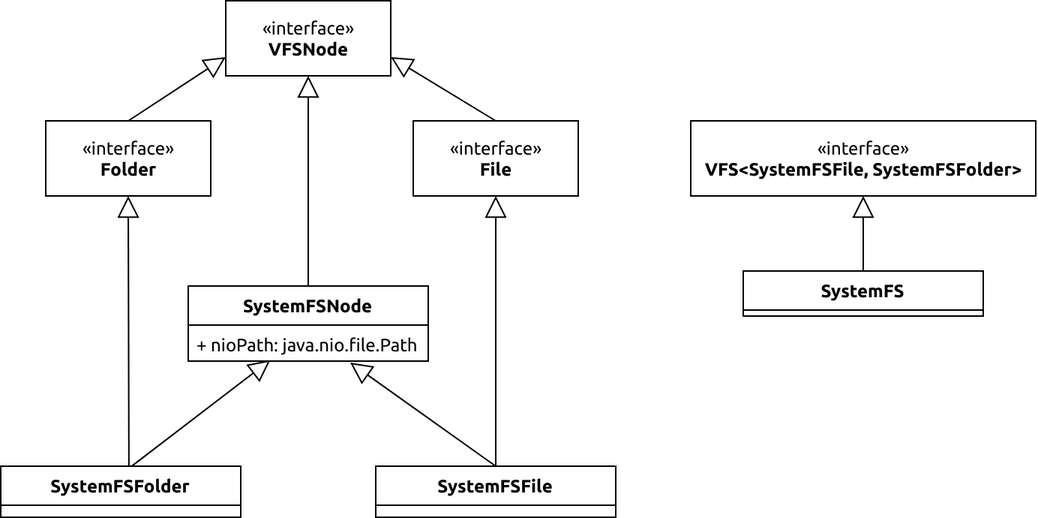
vsalavatov/bsse-diploma keeps this draw.io diagram as images/systemfs-detailed.png. Above is the earlier version. Source tidied: cells renumbered, new cells last; positions are measured from the earlier drawing's top-left corner, leaving out a move shared by most shapes. Its diagram source:
```xml
<mxGraphModel>
  <root>
    <mxCell id="0" />
    <mxCell id="1" parent="0" />
    <mxCell id="2" value="&lt;div&gt;«interface»&lt;/div&gt;&lt;div&gt;&lt;b&gt;VFSNode&lt;/b&gt;&lt;br&gt;&lt;/div&gt;" style="html=1;" parent="1" vertex="1">
      <mxGeometry x="150" width="110" height="50" as="geometry" />
    </mxCell>
    <mxCell id="3" value="&lt;div&gt;«interface»&lt;/div&gt;&lt;div&gt;&lt;b&gt;Folder&lt;/b&gt;&lt;/div&gt;" style="html=1;" parent="1" vertex="1">
      <mxGeometry x="30" y="80" width="110" height="50" as="geometry" />
    </mxCell>
    <mxCell id="4" value="«interface»&lt;br&gt;&lt;b&gt;File&lt;/b&gt;" style="html=1;" parent="1" vertex="1">
      <mxGeometry x="275" y="80" width="110" height="50" as="geometry" />
    </mxCell>
    <mxCell id="5" style="endArrow=block;endSize=12;endFill=0;html=1;rounded=0;entryX=0;entryY=0.75;entryDx=0;entryDy=0;exitX=0.5;exitY=0;exitDx=0;exitDy=0;" parent="1" edge="1" source="3" target="2">
      <mxGeometry relative="1" as="geometry" />
    </mxCell>
    <mxCell id="6" style="endArrow=block;endSize=12;endFill=0;html=1;rounded=0;exitX=0.5;exitY=0;exitDx=0;exitDy=0;entryX=1;entryY=0.75;entryDx=0;entryDy=0;" parent="1" edge="1" source="4" target="2">
      <mxGeometry relative="1" as="geometry" />
    </mxCell>
    <mxCell id="7" style="endArrow=block;endSize=12;endFill=0;html=1;rounded=0;entryX=0.342;entryY=0.972;entryDx=0;entryDy=0;entryPerimeter=0;exitX=0.545;exitY=0.002;exitDx=0;exitDy=0;exitPerimeter=0;" parent="1" edge="1" source="14" target="13">
      <mxGeometry relative="1" as="geometry" />
    </mxCell>
    <mxCell id="8" style="endArrow=block;endSize=12;endFill=0;html=1;rounded=0;exitX=0.5;exitY=0;exitDx=0;exitDy=0;entryX=0.675;entryY=1.042;entryDx=0;entryDy=0;entryPerimeter=0;exitPerimeter=0;" parent="1" edge="1" source="15" target="13">
      <mxGeometry relative="1" as="geometry" />
    </mxCell>
    <mxCell id="9" style="endArrow=block;endSize=12;endFill=0;html=1;rounded=0;exitX=0.5;exitY=0;exitDx=0;exitDy=0;entryX=0.5;entryY=1;entryDx=0;entryDy=0;" parent="1" edge="1" source="12" target="2">
      <mxGeometry relative="1" as="geometry" />
    </mxCell>
    <mxCell id="10" style="endArrow=block;endSize=12;endFill=0;html=1;rounded=0;exitX=0.5;exitY=0;exitDx=0;exitDy=0;entryX=0.5;entryY=1;entryDx=0;entryDy=0;" parent="1" edge="1" source="15" target="4">
      <mxGeometry relative="1" as="geometry" />
    </mxCell>
    <mxCell id="11" style="endArrow=block;endSize=12;endFill=0;html=1;rounded=0;entryX=0.5;entryY=1;entryDx=0;entryDy=0;exitX=0.534;exitY=0.002;exitDx=0;exitDy=0;exitPerimeter=0;" parent="1" edge="1" source="14" target="3">
      <mxGeometry relative="1" as="geometry" />
    </mxCell>
    <mxCell id="12" value="SystemFSNode" style="swimlane;fontStyle=1;align=center;verticalAlign=top;horizontal=1;startSize=26;" parent="1" vertex="1">
      <mxGeometry x="125" y="190" width="160" height="50" as="geometry" />
    </mxCell>
    <mxCell id="13" value="+ nioPath: java.nio.file.Path" style="text;strokeColor=none;fillColor=none;align=left;verticalAlign=top;spacingLeft=4;spacingRight=4;overflow=hidden;points=[[0,0.5],[1,0.5]];portConstraint=eastwest;" parent="12" vertex="1">
      <mxGeometry y="26" width="160" height="24" as="geometry" />
    </mxCell>
    <mxCell id="14" value="SystemFSFolder" style="swimlane;fontStyle=1;align=center;verticalAlign=top;horizontal=1;startSize=26;" parent="1" vertex="1">
      <mxGeometry y="310" width="160" height="34" as="geometry" />
    </mxCell>
    <mxCell id="15" value="SystemFSFile" style="swimlane;fontStyle=1;align=center;verticalAlign=top;horizontal=1;startSize=26;" parent="1" vertex="1">
      <mxGeometry x="250" y="310" width="160" height="34" as="geometry" />
    </mxCell>
    <mxCell id="16" value="SystemFS" style="swimlane;fontStyle=1;align=center;verticalAlign=top;horizontal=1;startSize=26;" parent="1" vertex="1">
      <mxGeometry x="495" y="180" width="160" height="30" as="geometry" />
    </mxCell>
    <mxCell id="17" value="&lt;div&gt;«interface»&lt;/div&gt;&lt;div&gt;&lt;b&gt;VFS&amp;lt;SystemFSFile, SystemFSFolder&amp;gt;&lt;/b&gt;&lt;br&gt;&lt;/div&gt;" style="html=1;" parent="1" vertex="1">
      <mxGeometry x="460" y="80" width="230" height="50" as="geometry" />
    </mxCell>
    <mxCell id="18" style="endArrow=block;endSize=12;endFill=0;html=1;rounded=0;exitX=0.5;exitY=0;exitDx=0;exitDy=0;entryX=0.5;entryY=1;entryDx=0;entryDy=0;" parent="1" edge="1" source="16" target="17">
      <mxGeometry relative="1" as="geometry" />
    </mxCell>
  </root>
</mxGraphModel>
```
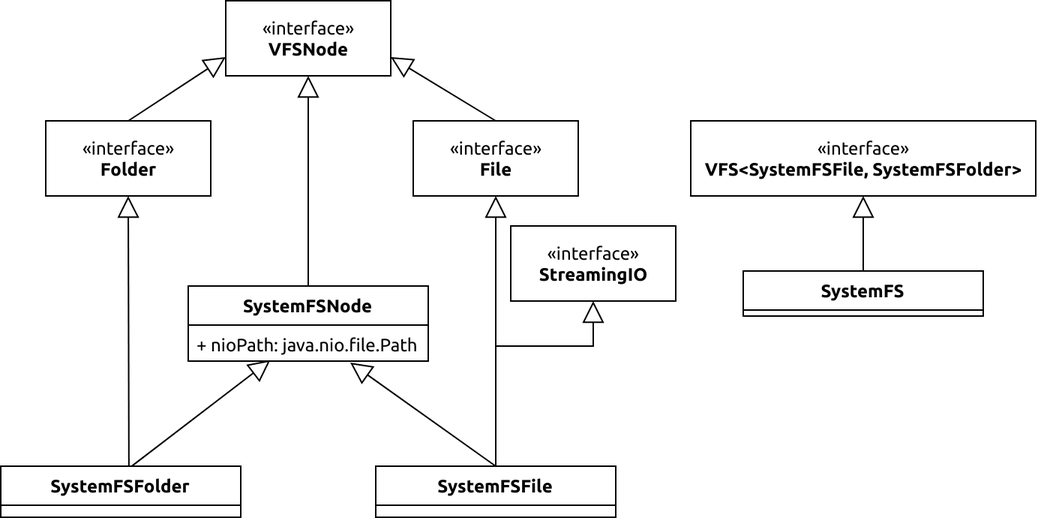
The same file after the commit.

Diff of the diagram source:
```diff
@@ -53,5 +53,16 @@
     <mxCell id="18" style="endArrow=block;endSize=12;endFill=0;html=1;rounded=0;exitX=0.5;exitY=0;exitDx=0;exitDy=0;entryX=0.5;entryY=1;entryDx=0;entryDy=0;" parent="1" edge="1" source="16" target="17">
       <mxGeometry relative="1" as="geometry" />
     </mxCell>
+    <mxCell id="19" value="&lt;div&gt;«interface»&lt;b&gt;&lt;br&gt;&lt;/b&gt;&lt;/div&gt;&lt;div&gt;&lt;b&gt;StreamingIO&lt;/b&gt;&lt;/div&gt;" style="html=1;" parent="1" vertex="1">
+      <mxGeometry x="340" y="150" width="110" height="50" as="geometry" />
+    </mxCell>
+    <mxCell id="20" style="endArrow=block;endSize=12;endFill=0;html=1;rounded=0;entryX=0.5;entryY=1;entryDx=0;entryDy=0;" parent="1" edge="1" target="19">
+      <mxGeometry relative="1" as="geometry">
+        <mxPoint x="330" y="230" as="sourcePoint" />
+        <Array as="points">
+          <mxPoint x="395" y="230" />
+        </Array>
+      </mxGeometry>
+    </mxCell>
   </root>
 </mxGraphModel>
```
